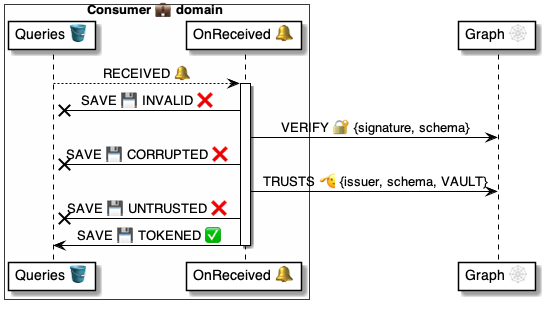
This is 4 ⚙️ Solution/41 🎭 Domain Roles/Consumers 💼/💼🪣 Consumer tables/Queries 🗄️ table/🪣🧱 31 Received 🔔 event/💼 OnQueryReceived ⚙️ uml.png from pollyweb-org/pollyweb-docs, a PlantUML export, as it was before one commit. Its source is kept beside it as 4 ⚙️ Solution/41 🎭 Domain Roles/Consumers 💼/💼🪣 Consumer tables/Queries 🗄️ table/🪣🧱 31 Received 🔔 event/💼 OnQueryReceived ⚙️ uml.puml.
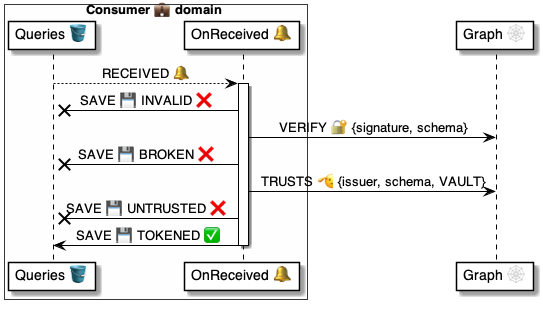
Above is the later version.

Diff of the diagram source:
```diff
@@ -11,7 +11,7 @@
 activate handler
     handler -x table: SAVE 💾 INVALID ❌
     handler -> graph: VERIFY 🔐 {signature, schema}
-    handler -x table: SAVE 💾 CORRUPTED ❌
+    handler -x table: SAVE 💾 BROKEN ❌
     handler -> graph: TRUSTS 🫡 {issuer, schema, VAULT}
     handler -x table: SAVE 💾 UNTRUSTED ❌
     handler -> table: SAVE 💾 TOKENED ✅
```
